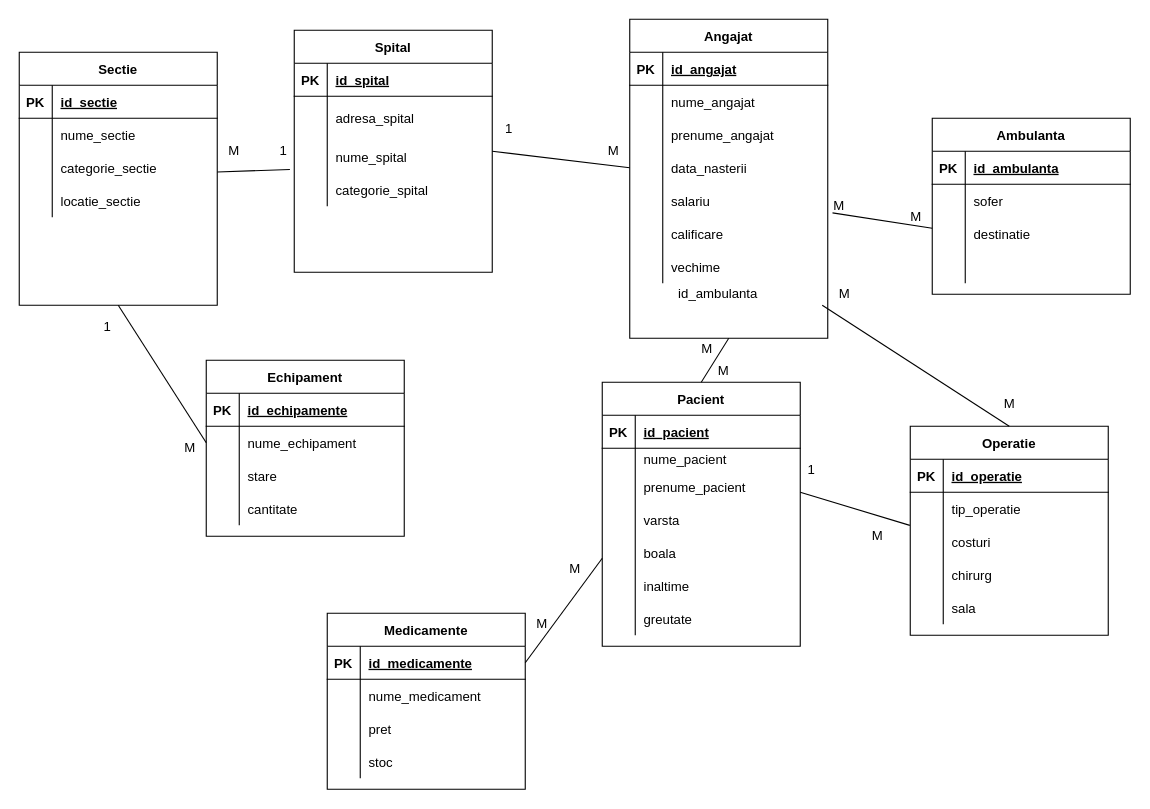
This is Untitled Diagram.drawio from AbuniAndrei97/wickeds, a draw.io file, before an edit. Source tidied: cells renumbered, new cells numbered last; positions are measured from the earlier drawing's top-left corner, leaving out a move shared by most shapes. Both pictures are drawn from the tidied source at 110%, with x=0, y=0 at pixel (19, 19).
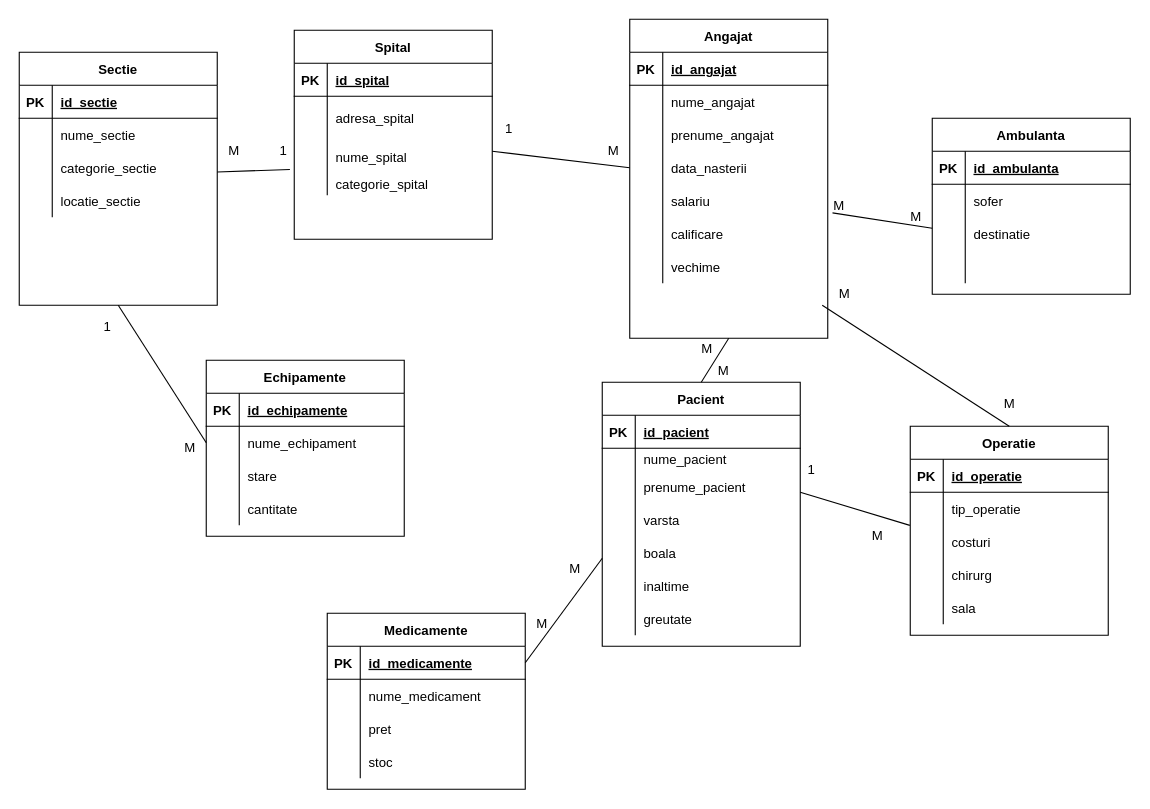
The same diagram, later.

The edit, as a diff of the source:
```diff
@@
     <mxCell id="2" value="Spital" style="shape=table;startSize=30;childLayout=tableLayout;rowLines=0;fontStyle=1;align=center;" parent="1" vertex="1">
-      <mxGeometry x="250" y="10" width="180" height="220" as="geometry" />
+      <mxGeometry x="250" y="10" width="180" height="190" as="geometry" />
     </mxCell>
@@
     <mxCell id="12" style="shape=partialRectangle;fillColor=none;top=0;left=0;bottom=0;right=0;" parent="2" vertex="1">
-      <mxGeometry y="130" width="180" height="30" as="geometry" />
+      <mxGeometry y="130" width="180" height="20" as="geometry" />
     </mxCell>
     <mxCell id="13" style="shape=partialRectangle;fillColor=none;top=0;left=0;bottom=0;right=0;overflow=hidden;" parent="12" vertex="1">
-      <mxGeometry width="30" height="30" as="geometry" />
+      <mxGeometry width="30" height="20" as="geometry" />
     </mxCell>
     <mxCell id="14" value="categorie_spital" style="shape=partialRectangle;fillColor=none;top=0;left=0;bottom=0;right=0;align=left;spacingLeft=6;overflow=hidden;" parent="12" vertex="1">
-      <mxGeometry x="30" width="150" height="30" as="geometry" />
+      <mxGeometry x="30" width="150" height="20" as="geometry" />
     </mxCell>
@@
-    <mxCell id="85" value="Echipament" style="shape=table;startSize=30;childLayout=tableLayout;rowLines=0;fontStyle=1;align=center;" parent="1" vertex="1">
+    <mxCell id="85" value="Echipamente" style="shape=table;startSize=30;childLayout=tableLayout;rowLines=0;fontStyle=1;align=center;" parent="1" vertex="1">
       <mxGeometry x="170" y="310" width="180" height="160" as="geometry" />
     </mxCell>
@@
-    <mxCell id="151" value="id_ambulanta" style="text;html=1;align=center;verticalAlign=middle;strokeColor=none;" parent="1" vertex="1">
-      <mxGeometry x="590" y="240" width="90" height="20" as="geometry" />
-    </mxCell>
```
